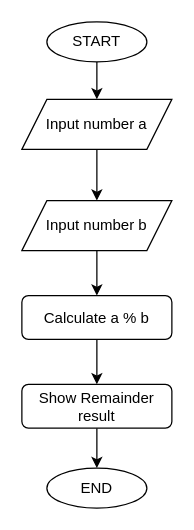
The draw.io diagram DATA STRUCTURE AND  ALGORITHM/1.03 Area of a Parallelogram.drawio in buicaothe/PYTHON, before the edit. Source tidied: cells renumbered, new cells numbered last; positions are measured from the earlier drawing's top-left corner, leaving out a move shared by most shapes. Both pictures are drawn from the tidied source at 125%, with x=0, y=0 at pixel (21, 21).
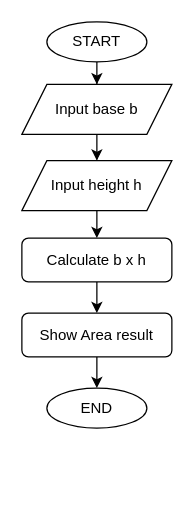
The same diagram, later.

Change to the diagram source:
```diff
@@
 <mxGraphModel>
   <root>
     <mxCell id="0" />
     <mxCell id="1" parent="0" />
     <mxCell id="2" style="edgeStyle=orthogonalEdgeStyle;rounded=0;jettySize=auto;html=1;entryX=0.5;entryY=0;entryDx=0;entryDy=0;" parent="1" edge="1" source="3" target="5">
       <mxGeometry relative="1" as="geometry" />
     </mxCell>
     <mxCell id="3" value="START" style="ellipse;whiteSpace=wrap;html=1;shapeInside=1;" parent="1" vertex="1">
       <mxGeometry x="20" width="80" height="32" as="geometry" />
     </mxCell>
     <mxCell id="4" style="edgeStyle=orthogonalEdgeStyle;rounded=0;jettySize=auto;html=1;entryX=0.5;entryY=0;entryDx=0;entryDy=0;" parent="1" edge="1" source="5" target="7">
       <mxGeometry relative="1" as="geometry" />
     </mxCell>
-    <mxCell id="5" value="Input number a" style="shape=parallelogram;perimeter=parallelogramPerimeter;whiteSpace=wrap;html=1;shapeInside=1;fixedSize=1;" parent="1" vertex="1">
-      <mxGeometry y="62" width="120" height="40" as="geometry" />
+    <mxCell id="5" value="Input base b" style="shape=parallelogram;perimeter=parallelogramPerimeter;whiteSpace=wrap;html=1;shapeInside=1;fixedSize=1;" parent="1" vertex="1">
+      <mxGeometry y="50" width="120" height="40" as="geometry" />
     </mxCell>
     <mxCell id="6" style="edgeStyle=orthogonalEdgeStyle;rounded=0;jettySize=auto;html=1;entryX=0.5;entryY=0;entryDx=0;entryDy=0;" parent="1" edge="1" source="7" target="9">
       <mxGeometry relative="1" as="geometry" />
     </mxCell>
-    <mxCell id="7" value="Input number b" style="shape=parallelogram;perimeter=parallelogramPerimeter;whiteSpace=wrap;html=1;shapeInside=1;fixedSize=1;" parent="1" vertex="1">
-      <mxGeometry y="143" width="120" height="40" as="geometry" />
+    <mxCell id="7" value="Input height h" style="shape=parallelogram;perimeter=parallelogramPerimeter;whiteSpace=wrap;html=1;shapeInside=1;fixedSize=1;" parent="1" vertex="1">
+      <mxGeometry y="111" width="120" height="40" as="geometry" />
     </mxCell>
     <mxCell id="8" style="edgeStyle=orthogonalEdgeStyle;rounded=0;jettySize=auto;html=1;entryX=0.5;entryY=0;entryDx=0;entryDy=0;" parent="1" edge="1" source="9" target="12">
       <mxGeometry relative="1" as="geometry" />
     </mxCell>
-    <mxCell id="9" value="Calculate a % b" style="rounded=1;whiteSpace=wrap;html=1;" parent="1" vertex="1">
-      <mxGeometry y="219" width="120" height="35" as="geometry" />
+    <mxCell id="9" value="Calculate b x h" style="rounded=1;whiteSpace=wrap;html=1;" parent="1" vertex="1">
+      <mxGeometry y="173" width="120" height="35" as="geometry" />
     </mxCell>
     <mxCell id="10" style="edgeStyle=orthogonalEdgeStyle;rounded=0;orthogonalLoop=1;jettySize=auto;html=1;innerLoopWaypoints=1;exitX=0.5;exitY=1;exitDx=0;exitDy=0;" parent="1" edge="1" source="9" target="9">
       <mxGeometry relative="1" as="geometry" />
     </mxCell>
     <mxCell id="11" style="edgeStyle=orthogonalEdgeStyle;rounded=0;jettySize=auto;html=1;entryX=0.5;entryY=0;entryDx=0;entryDy=0;" parent="1" edge="1" source="12" target="13">
       <mxGeometry relative="1" as="geometry" />
     </mxCell>
-    <mxCell id="12" value="Show Remainder result" style="rounded=1;whiteSpace=wrap;html=1;" parent="1" vertex="1">
-      <mxGeometry y="290" width="120" height="35" as="geometry" />
+    <mxCell id="12" value="Show Area result" style="rounded=1;whiteSpace=wrap;html=1;" parent="1" vertex="1">
+      <mxGeometry y="233" width="120" height="35" as="geometry" />
     </mxCell>
     <mxCell id="13" value="END" style="ellipse;whiteSpace=wrap;html=1;shapeInside=1;" parent="1" vertex="1">
-      <mxGeometry x="20" y="357" width="80" height="32" as="geometry" />
+      <mxGeometry x="20" y="293" width="80" height="32" as="geometry" />
     </mxCell>
   </root>
 </mxGraphModel>
```
